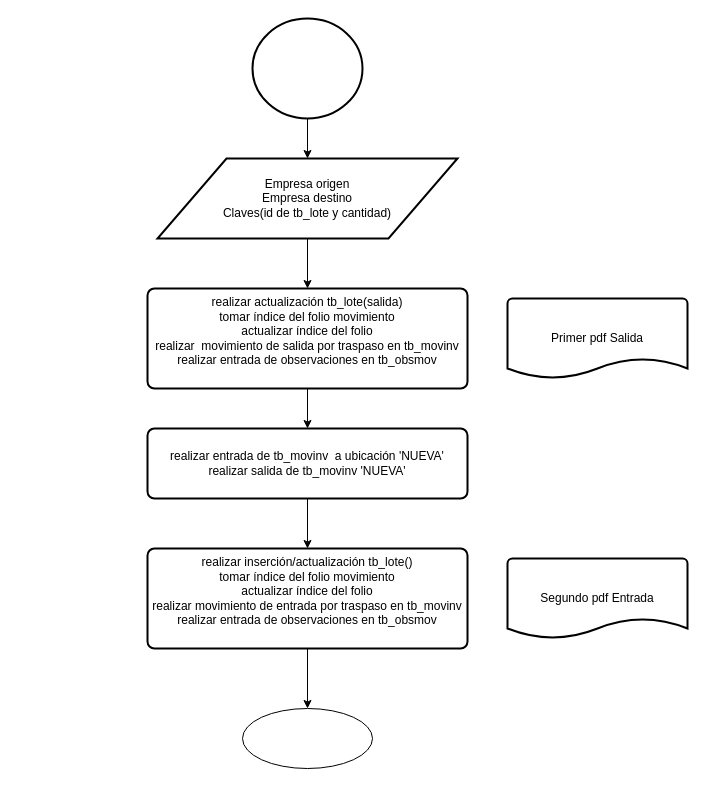
Above: TraspasosEmpresa.drawio in ErnestoDanielTafoyaMolinaCYM/clases-cat-cym (draw.io), before the change. Source tidied: cells renumbered, new cells numbered last; positions are measured from the earlier drawing's top-left corner, leaving out a move shared by most shapes. Both pictures are drawn from the tidied source at 100%, with x=0, y=0 at pixel (147, 18).
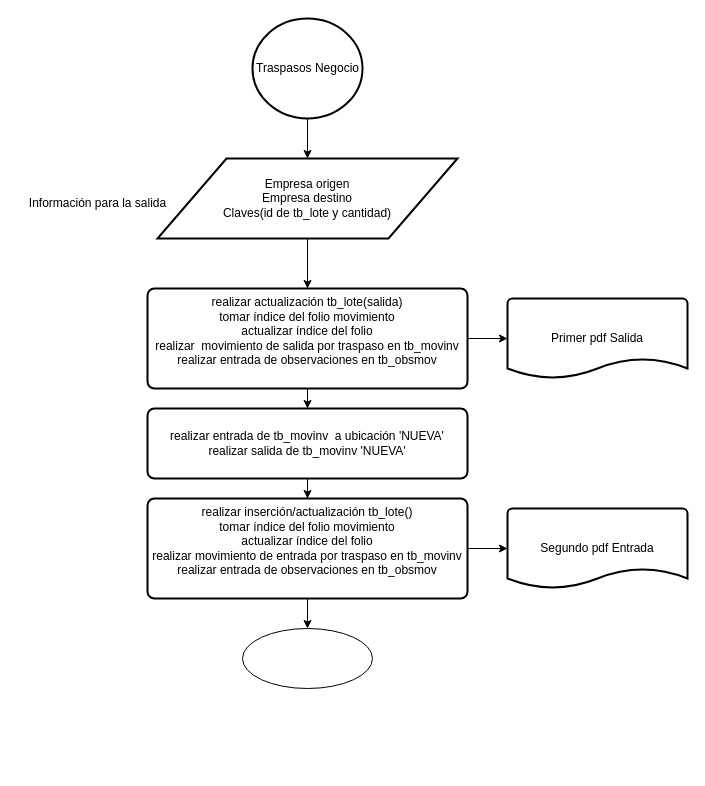
The same page after the edit.

The edit, as a diff of the source:
```diff
@@
 <mxGraphModel>
   <root>
     <mxCell id="0" />
     <mxCell id="1" parent="0" />
     <mxCell id="2" style="edgeStyle=orthogonalEdgeStyle;rounded=0;jettySize=auto;html=1;" parent="1" edge="1" source="3" target="6">
       <mxGeometry relative="1" as="geometry" />
     </mxCell>
     <mxCell id="3" style="strokeWidth=2;html=1;shape=mxgraph.flowchart.start_2;whiteSpace=wrap;" parent="1" vertex="1">
       <mxGeometry x="105" width="110" height="100" as="geometry" />
     </mxCell>
     <mxCell id="4" style="edgeStyle=orthogonalEdgeStyle;rounded=0;jettySize=auto;html=1;exitX=0.5;exitY=1;exitDx=0;exitDy=0;entryX=0.5;entryY=0;entryDx=0;entryDy=0;" parent="1" edge="1" source="5" target="9">
       <mxGeometry relative="1" as="geometry" />
     </mxCell>
+    <mxCell id="15" style="edgeStyle=orthogonalEdgeStyle;rounded=0;jettySize=auto;html=1;" parent="1" edge="1" source="5" target="7">
+      <mxGeometry relative="1" as="geometry" />
+    </mxCell>
     <mxCell id="5" value="realizar actualización tb_lote(salida)&lt;div&gt;tomar índice del folio movimiento&lt;/div&gt;&lt;div&gt;actualizar índice del folio&lt;br&gt;&lt;div&gt;realizar&amp;nbsp; movimiento de salida por traspaso en tb_movinv&lt;/div&gt;&lt;div&gt;realizar entrada de observaciones en tb_obsmov&lt;/div&gt;&lt;div&gt;&lt;br&gt;&lt;/div&gt;&lt;/div&gt;" style="rounded=1;whiteSpace=wrap;html=1;absoluteArcSize=1;arcSize=14;strokeWidth=2;" parent="1" vertex="1">
       <mxGeometry y="270" width="320" height="100" as="geometry" />
     </mxCell>
     <mxCell id="6" value="Empresa origen&lt;div&gt;Empresa destino&lt;/div&gt;&lt;div&gt;Claves(id de tb_lote y cantidad)&lt;/div&gt;" style="shape=parallelogram;html=1;strokeWidth=2;perimeter=parallelogramPerimeter;whiteSpace=wrap;rounded=1;arcSize=0;size=0.23;" parent="1" vertex="1">
       <mxGeometry x="10" y="140" width="300" height="80" as="geometry" />
     </mxCell>
     <mxCell id="7" value="Primer pdf Salida" style="strokeWidth=2;html=1;shape=mxgraph.flowchart.document2;whiteSpace=wrap;size=0.25;" parent="1" vertex="1">
       <mxGeometry x="360" y="280" width="180" height="80" as="geometry" />
     </mxCell>
     <mxCell id="8" style="edgeStyle=orthogonalEdgeStyle;rounded=0;jettySize=auto;html=1;exitX=0.5;exitY=1;exitDx=0;exitDy=0;" parent="1" edge="1" source="9" target="11">
       <mxGeometry relative="1" as="geometry" />
     </mxCell>
     <mxCell id="9" value="realizar entrada de tb_movinv&amp;nbsp; a ubicación 'NUEVA'&lt;div&gt;realizar salida de tb_movinv 'NUEVA'&lt;/div&gt;" style="rounded=1;whiteSpace=wrap;html=1;absoluteArcSize=1;arcSize=14;strokeWidth=2;fillColor=light-dark(#FFFFFF,#E6D0DE);" parent="1" vertex="1">
-      <mxGeometry y="410" width="320" height="70" as="geometry" />
+      <mxGeometry y="390" width="320" height="70" as="geometry" />
     </mxCell>
     <mxCell id="10" style="edgeStyle=orthogonalEdgeStyle;rounded=0;jettySize=auto;html=1;exitX=0.5;exitY=1;exitDx=0;exitDy=0;" parent="1" edge="1" source="11" target="13">
       <mxGeometry relative="1" as="geometry" />
     </mxCell>
+    <mxCell id="16" style="edgeStyle=orthogonalEdgeStyle;rounded=0;jettySize=auto;html=1;" parent="1" edge="1" source="11" target="12">
+      <mxGeometry relative="1" as="geometry" />
+    </mxCell>
     <mxCell id="11" value="realizar inserción/actualización tb_lote()&lt;div&gt;tomar índice del folio movimiento&lt;/div&gt;&lt;div&gt;actualizar índice del folio&lt;br&gt;&lt;div&gt;realizar movimiento de entrada por traspaso en tb_movinv&lt;/div&gt;&lt;div&gt;realizar entrada de observaciones en tb_obsmov&lt;/div&gt;&lt;div&gt;&lt;br&gt;&lt;/div&gt;&lt;/div&gt;" style="rounded=1;whiteSpace=wrap;html=1;absoluteArcSize=1;arcSize=14;strokeWidth=2;" parent="1" vertex="1">
-      <mxGeometry y="530" width="320" height="100" as="geometry" />
+      <mxGeometry y="480" width="320" height="100" as="geometry" />
     </mxCell>
     <mxCell id="12" value="Segundo pdf Entrada" style="strokeWidth=2;html=1;shape=mxgraph.flowchart.document2;whiteSpace=wrap;size=0.25;" parent="1" vertex="1">
-      <mxGeometry x="360" y="540" width="180" height="80" as="geometry" />
+      <mxGeometry x="360" y="490" width="180" height="80" as="geometry" />
     </mxCell>
     <mxCell id="13" style="verticalLabelPosition=bottom;verticalAlign=top;html=1;shape=mxgraph.flowchart.on-page_reference;" parent="1" vertex="1">
-      <mxGeometry x="95" y="690" width="130" height="60" as="geometry" />
+      <mxGeometry x="95" y="610" width="130" height="60" as="geometry" />
     </mxCell>
     <mxCell id="14" style="edgeStyle=orthogonalEdgeStyle;rounded=0;jettySize=auto;html=1;exitX=0.5;exitY=1;exitDx=0;exitDy=0;entryX=0.5;entryY=0;entryDx=0;entryDy=0;" parent="1" edge="1" source="6" target="5">
       <mxGeometry relative="1" as="geometry" />
     </mxCell>
+    <mxCell id="17" value="Traspasos Negocio" style="text;html=1;align=center;verticalAlign=middle;strokeColor=none;fillColor=none;" parent="1" vertex="1">
+      <mxGeometry x="95" y="35" width="130" height="30" as="geometry" />
+    </mxCell>
+    <mxCell id="18" value="Información para la salida" style="text;html=1;align=center;verticalAlign=middle;strokeColor=none;fillColor=none;" parent="1" vertex="1">
+      <mxGeometry x="-130" y="170" width="160" height="30" as="geometry" />
+    </mxCell>
   </root>
 </mxGraphModel>
```
